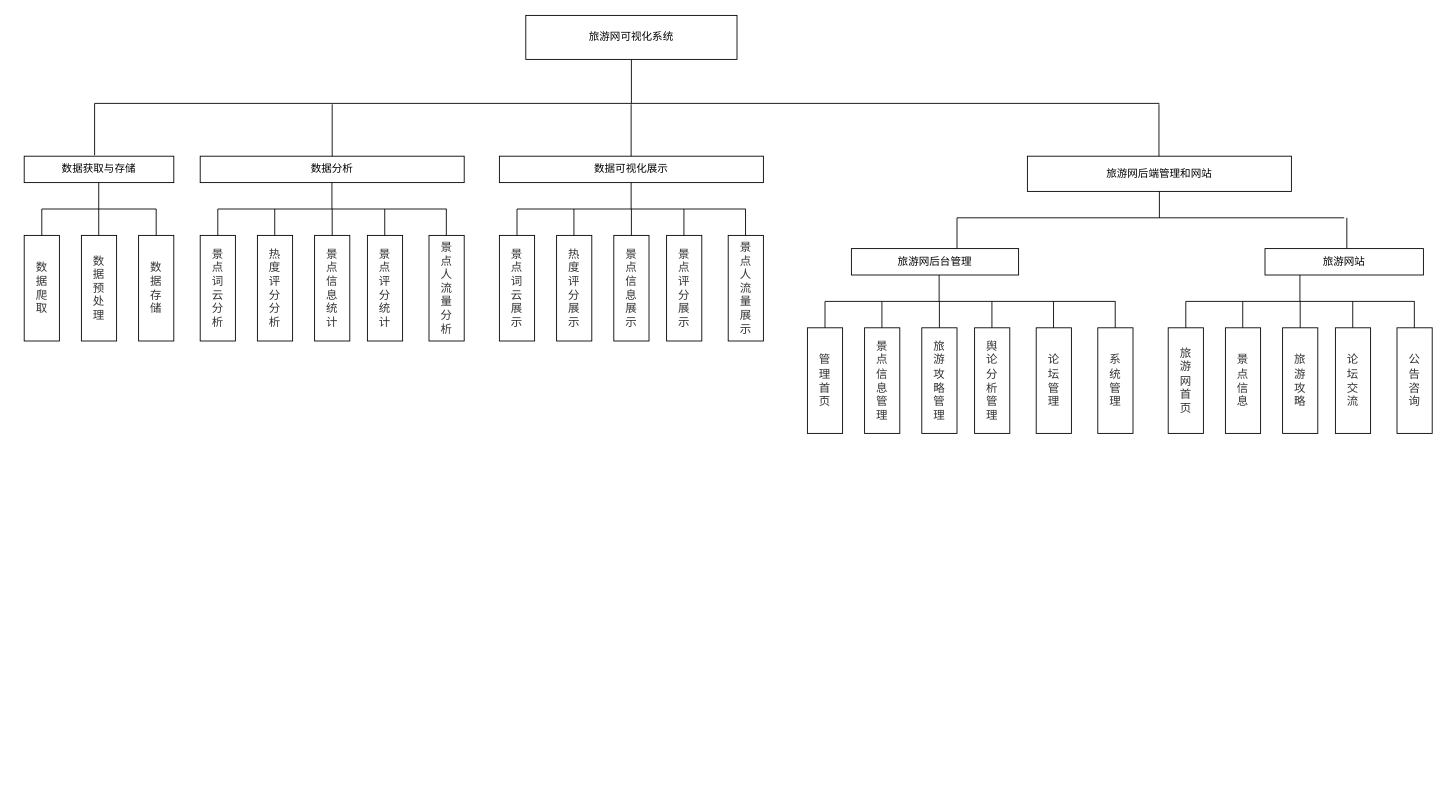
Earlier version of the draw.io diagram 基于springboot旅游网系统设计.drawio (QingLianDuo/begraph). Source tidied: cells renumbered, new cells numbered last; positions are measured from the earlier drawing's top-left corner, leaving out a move shared by most shapes. Both pictures are drawn from the tidied source at 88%, with x=0, y=0 at pixel (24, 15).
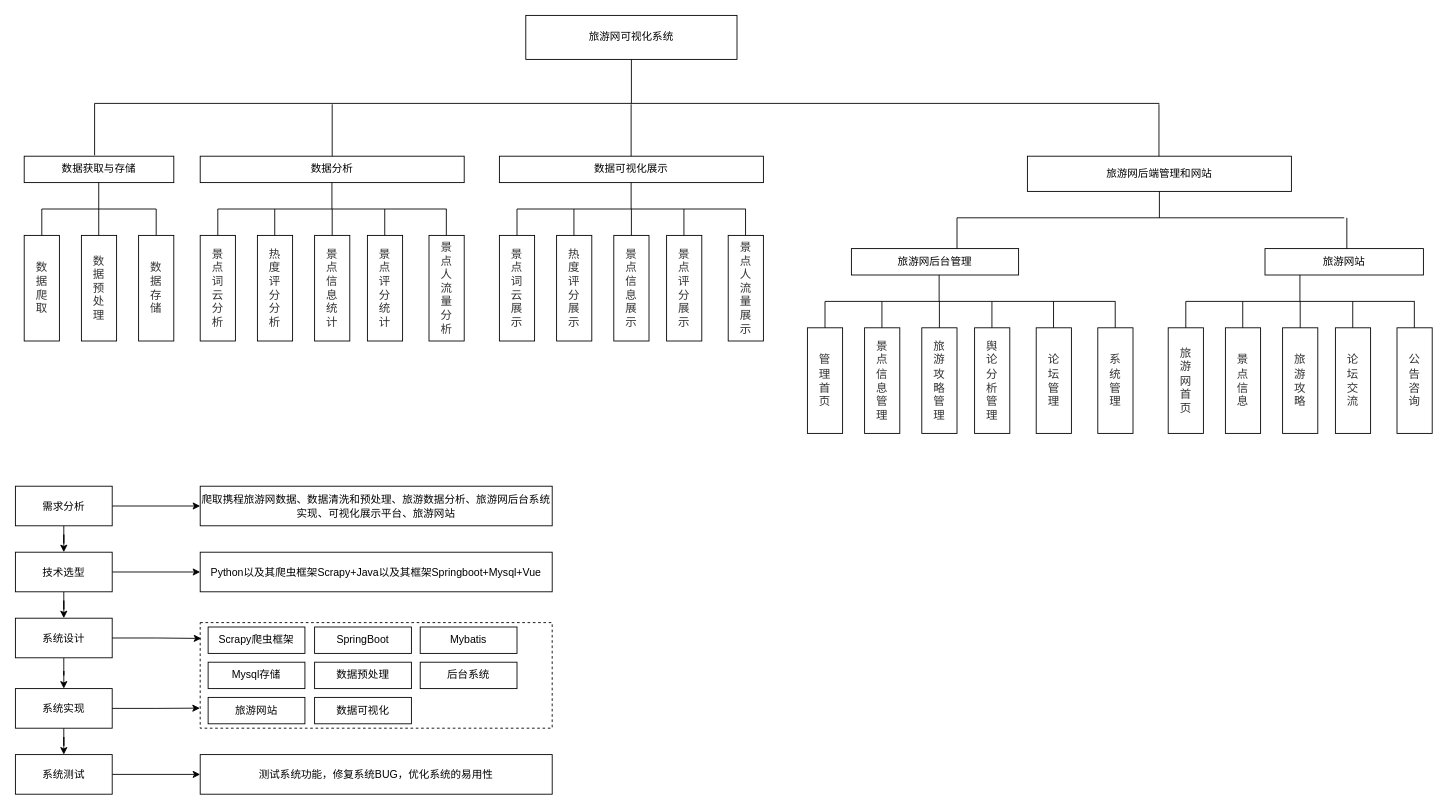
After the change.

Commit message:
更新基于springboot旅游网系统设计.drawio

What changed in the source:
```diff
@@
+    <mxCell id="77" style="edgeStyle=orthogonalEdgeStyle;rounded=0;jettySize=auto;html=1;entryX=0;entryY=0.5;entryDx=0;entryDy=0;" parent="1" edge="1" source="79" target="89">
+      <mxGeometry relative="1" as="geometry" />
+    </mxCell>
+    <mxCell id="78" style="edgeStyle=orthogonalEdgeStyle;rounded=0;jettySize=auto;html=1;entryX=0.5;entryY=0;entryDx=0;entryDy=0;" parent="1" edge="1" source="79" target="82">
+      <mxGeometry relative="1" as="geometry" />
+    </mxCell>
+    <mxCell id="79" value="需求分析" style="rounded=0;whiteSpace=wrap;html=1;" parent="1" vertex="1">
+      <mxGeometry x="-10" y="535" width="110" height="45" as="geometry" />
+    </mxCell>
+    <mxCell id="80" style="edgeStyle=orthogonalEdgeStyle;rounded=0;jettySize=auto;html=1;entryX=0;entryY=0.5;entryDx=0;entryDy=0;" parent="1" edge="1" source="82" target="90">
+      <mxGeometry relative="1" as="geometry" />
+    </mxCell>
+    <mxCell id="81" style="edgeStyle=orthogonalEdgeStyle;rounded=0;jettySize=auto;html=1;entryX=0.5;entryY=0;entryDx=0;entryDy=0;" parent="1" edge="1" source="82" target="84">
+      <mxGeometry relative="1" as="geometry" />
+    </mxCell>
+    <mxCell id="82" value="技术选型" style="rounded=0;whiteSpace=wrap;html=1;" parent="1" vertex="1">
+      <mxGeometry x="-10" y="610" width="110" height="45" as="geometry" />
+    </mxCell>
+    <mxCell id="83" style="edgeStyle=orthogonalEdgeStyle;rounded=0;jettySize=auto;html=1;entryX=0.5;entryY=0;entryDx=0;entryDy=0;" parent="1" edge="1" source="84" target="86">
+      <mxGeometry relative="1" as="geometry" />
+    </mxCell>
+    <mxCell id="84" value="系统设计" style="rounded=0;whiteSpace=wrap;html=1;" parent="1" vertex="1">
+      <mxGeometry x="-10" y="685" width="110" height="45" as="geometry" />
+    </mxCell>
+    <mxCell id="85" style="edgeStyle=orthogonalEdgeStyle;rounded=0;jettySize=auto;html=1;entryX=0.5;entryY=0;entryDx=0;entryDy=0;" parent="1" edge="1" source="86" target="88">
+      <mxGeometry relative="1" as="geometry" />
+    </mxCell>
+    <mxCell id="86" value="系统实现" style="rounded=0;whiteSpace=wrap;html=1;" parent="1" vertex="1">
+      <mxGeometry x="-10" y="765" width="110" height="45" as="geometry" />
+    </mxCell>
+    <mxCell id="87" style="edgeStyle=orthogonalEdgeStyle;rounded=0;jettySize=auto;html=1;entryX=0;entryY=0.5;entryDx=0;entryDy=0;" parent="1" edge="1" source="88" target="100">
+      <mxGeometry relative="1" as="geometry" />
+    </mxCell>
+    <mxCell id="88" value="系统测试" style="rounded=0;whiteSpace=wrap;html=1;" parent="1" vertex="1">
+      <mxGeometry x="-10" y="840" width="110" height="45" as="geometry" />
+    </mxCell>
+    <mxCell id="89" value="爬取携程旅游网数据、数据清洗和预处理、旅游数据分析、旅游网后台系统实现、可视化展示平台、旅游网站" style="rounded=0;whiteSpace=wrap;html=1;" parent="1" vertex="1">
+      <mxGeometry x="200" y="535" width="400" height="45" as="geometry" />
+    </mxCell>
+    <mxCell id="90" value="&lt;div style=&quot;text-align: start;&quot;&gt;&lt;span style=&quot;background-color: initial;&quot;&gt;Python以及其爬虫框架Scrapy+Java以及其框架Springboot+Mysql+Vue&lt;/span&gt;&lt;/div&gt;" style="rounded=0;whiteSpace=wrap;html=1;" parent="1" vertex="1">
+      <mxGeometry x="200" y="610" width="400" height="45" as="geometry" />
+    </mxCell>
+    <mxCell id="91" value="&lt;div style=&quot;text-align: start;&quot;&gt;&lt;br&gt;&lt;/div&gt;" style="rounded=0;whiteSpace=wrap;html=1;dashed=1;" parent="1" vertex="1">
+      <mxGeometry x="200" y="690" width="400" height="120" as="geometry" />
+    </mxCell>
+    <mxCell id="92" value="&lt;span style=&quot;text-align: start;&quot;&gt;Scrapy爬虫框架&lt;/span&gt;" style="rounded=0;whiteSpace=wrap;html=1;" parent="1" vertex="1">
+      <mxGeometry x="209" y="695" width="110" height="30" as="geometry" />
+    </mxCell>
+    <mxCell id="93" value="&lt;span style=&quot;text-align: start;&quot;&gt;SpringBoot&lt;/span&gt;" style="rounded=0;whiteSpace=wrap;html=1;" parent="1" vertex="1">
+      <mxGeometry x="330" y="695" width="110" height="30" as="geometry" />
+    </mxCell>
+    <mxCell id="94" value="&lt;span style=&quot;text-align: start;&quot;&gt;Mybatis&lt;/span&gt;" style="rounded=0;whiteSpace=wrap;html=1;" parent="1" vertex="1">
+      <mxGeometry x="450" y="695" width="110" height="30" as="geometry" />
+    </mxCell>
+    <mxCell id="95" value="&lt;span style=&quot;text-align: start;&quot;&gt;Mysql存储&lt;/span&gt;" style="rounded=0;whiteSpace=wrap;html=1;" parent="1" vertex="1">
+      <mxGeometry x="209" y="735" width="110" height="30" as="geometry" />
+    </mxCell>
+    <mxCell id="96" value="&lt;span style=&quot;text-align: start;&quot;&gt;数据预处理&lt;/span&gt;" style="rounded=0;whiteSpace=wrap;html=1;" parent="1" vertex="1">
+      <mxGeometry x="330" y="735" width="110" height="30" as="geometry" />
+    </mxCell>
+    <mxCell id="97" value="&lt;span style=&quot;text-align: start;&quot;&gt;后台系统&lt;/span&gt;" style="rounded=0;whiteSpace=wrap;html=1;" parent="1" vertex="1">
+      <mxGeometry x="450" y="735" width="110" height="30" as="geometry" />
+    </mxCell>
+    <mxCell id="98" value="&lt;div style=&quot;text-align: start;&quot;&gt;&lt;span style=&quot;background-color: initial;&quot;&gt;旅游网站&lt;/span&gt;&lt;/div&gt;" style="rounded=0;whiteSpace=wrap;html=1;" parent="1" vertex="1">
+      <mxGeometry x="209" y="775" width="110" height="30" as="geometry" />
+    </mxCell>
+    <mxCell id="99" value="&lt;div style=&quot;text-align: start;&quot;&gt;数据可视化&lt;/div&gt;" style="rounded=0;whiteSpace=wrap;html=1;" parent="1" vertex="1">
+      <mxGeometry x="330" y="775" width="110" height="30" as="geometry" />
+    </mxCell>
+    <mxCell id="100" value="&lt;div style=&quot;text-align: start;&quot;&gt;&lt;span style=&quot;background-color: initial;&quot;&gt;测试系统功能，修复系统BUG，优化系统的易用性&lt;/span&gt;&lt;/div&gt;" style="rounded=0;whiteSpace=wrap;html=1;" parent="1" vertex="1">
+      <mxGeometry x="200" y="840" width="400" height="45" as="geometry" />
+    </mxCell>
+    <mxCell id="101" style="edgeStyle=orthogonalEdgeStyle;rounded=0;jettySize=auto;html=1;entryX=-0.001;entryY=0.81;entryDx=0;entryDy=0;entryPerimeter=0;" parent="1" edge="1" source="86" target="91">
+      <mxGeometry relative="1" as="geometry" />
+    </mxCell>
+    <mxCell id="102" style="edgeStyle=orthogonalEdgeStyle;rounded=0;jettySize=auto;html=1;entryX=0.003;entryY=0.15;entryDx=0;entryDy=0;entryPerimeter=0;" parent="1" edge="1" source="84" target="91">
+      <mxGeometry relative="1" as="geometry" />
+    </mxCell>
```
